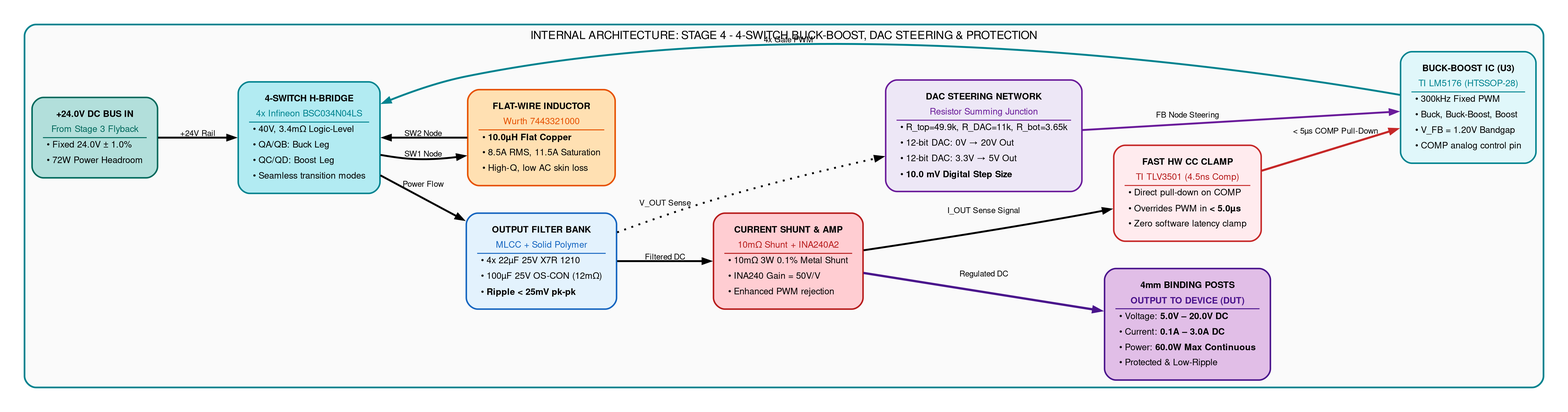
This is smart_programmable_power_supply/diagram_inside_stage4_final_stage.png from tthongs/av_iv, a Graphviz export, as it was before one commit. Its source is kept beside it as smart_programmable_power_supply/diagram_inside_stage4_final_stage.dot.
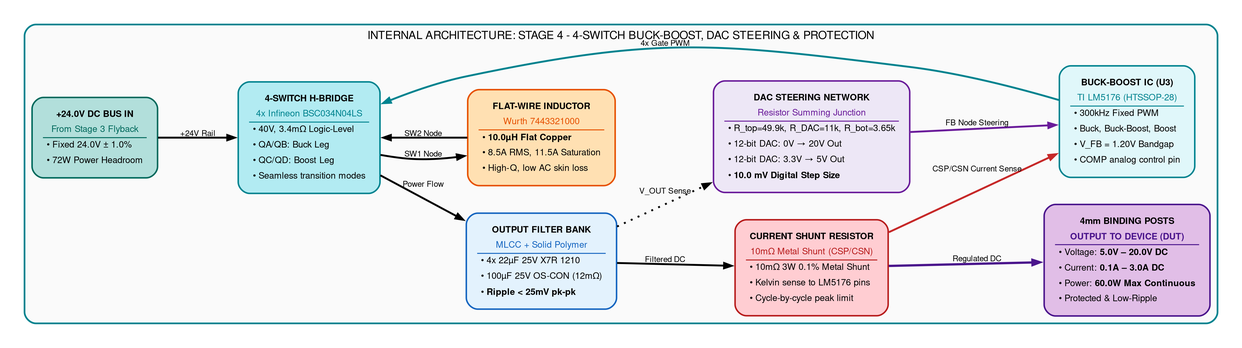
The same diagram one commit later.

Diff of the diagram source:
```diff
@@ -116,28 +116,15 @@
 
         shunt_sense [
             label = <<table border="0" cellborder="0" cellspacing="2">
-                <tr><td><b>CURRENT SHUNT &amp; AMP</b></td></tr>
-                <tr><td><font color="#B71C1C">10mΩ Shunt + INA240A2</font></td></tr>
+                <tr><td><b>CURRENT SHUNT RESISTOR</b></td></tr>
+                <tr><td><font color="#B71C1C">10mΩ Metal Shunt (CSP/CSN)</font></td></tr>
                 <hr/>
                 <tr><td align="left">• 10mΩ 3W 0.1% Metal Shunt</td></tr>
-                <tr><td align="left">• INA240 Gain = 50V/V</td></tr>
-                <tr><td align="left">• Enhanced PWM rejection</td></tr>
+                <tr><td align="left">• Kelvin sense to LM5176 pins</td></tr>
+                <tr><td align="left">• Cycle-by-cycle peak limit</td></tr>
             </table>>,
             fillcolor = "#FFCDD2",
             color = "#B71C1C"
-        ];
-
-        cc_comparator [
-            label = <<table border="0" cellborder="0" cellspacing="2">
-                <tr><td><b>FAST HW CC CLAMP</b></td></tr>
-                <tr><td><font color="#B71C1C">TI TLV3501 (4.5ns Comp)</font></td></tr>
-                <hr/>
-                <tr><td align="left">• Direct pull-down on COMP</td></tr>
-                <tr><td align="left">• Overrides PWM in <b>&lt; 5.0µs</b></td></tr>
-                <tr><td align="left">• Zero software latency clamp</td></tr>
-            </table>>,
-            fillcolor = "#FFEBEE",
-            color = "#C62828"
         ];
 
         binding_posts [
@@ -166,6 +153,5 @@
     output_filter -> dac_steering [label="V_OUT Sense", style=dotted];
     dac_steering -> bb_controller [label="FB Node Steering", color="#6A1B9A"];
 
-    shunt_sense -> cc_comparator [label="I_OUT Sense Signal"];
-    cc_comparator -> bb_controller [label="&lt; 5µs COMP Pull-Down", color="#C62828", penwidth=2.2, style=bold];
+    shunt_sense -> bb_controller [label="CSP/CSN Current Sense", color="#C62828", penwidth=2.0];
 }
```
